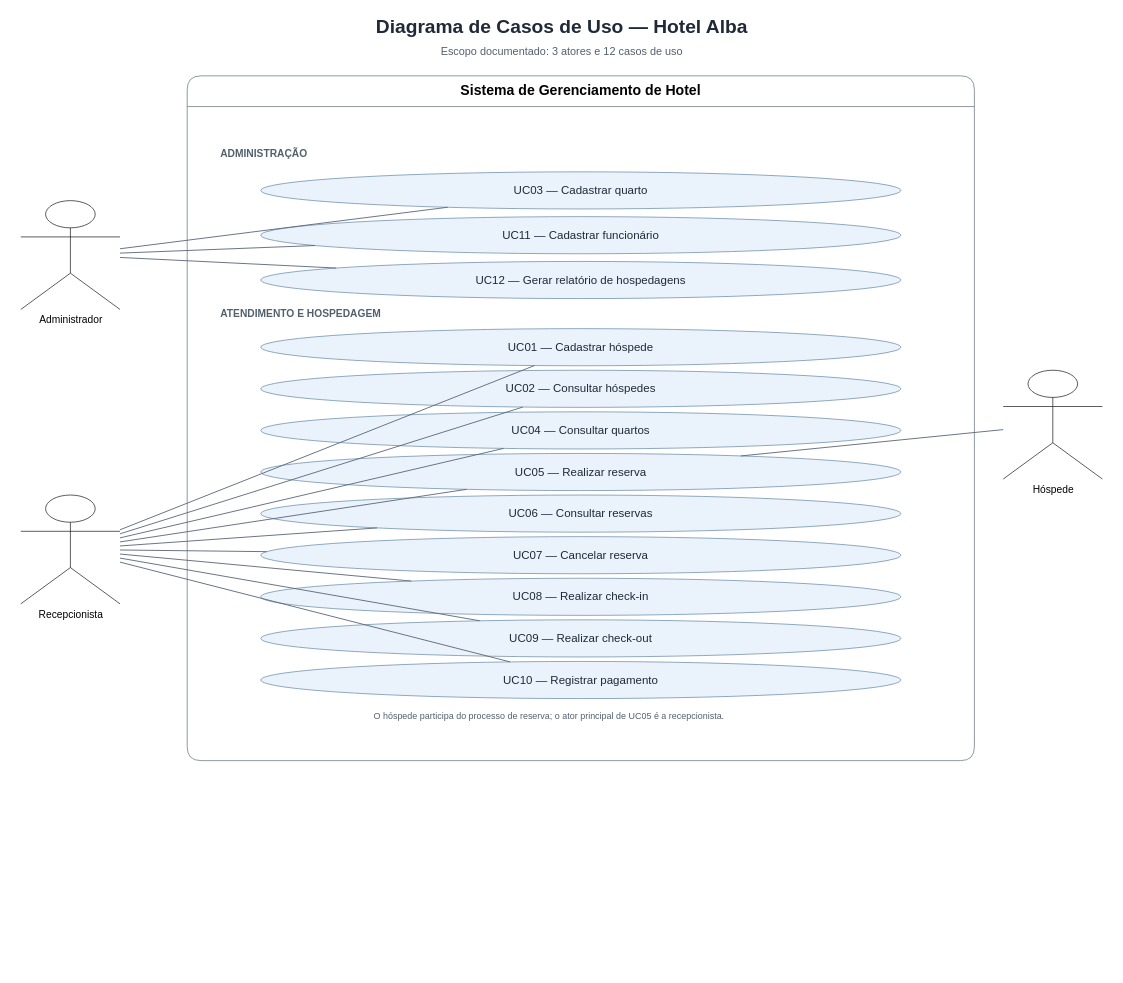
The draw.io diagram projeto kvfv/sistema-hotel-semana1/docs/diagrama-de-casos-de-uso.drawio in victus-sys/Projeto-KVFV, before the edit. Source tidied: cells renumbered, new cells numbered last; positions are measured from the earlier drawing's top-left corner, leaving out a move shared by most shapes. Both pictures are drawn from the tidied source at 64%, with x=0, y=0 at pixel (11, 11).
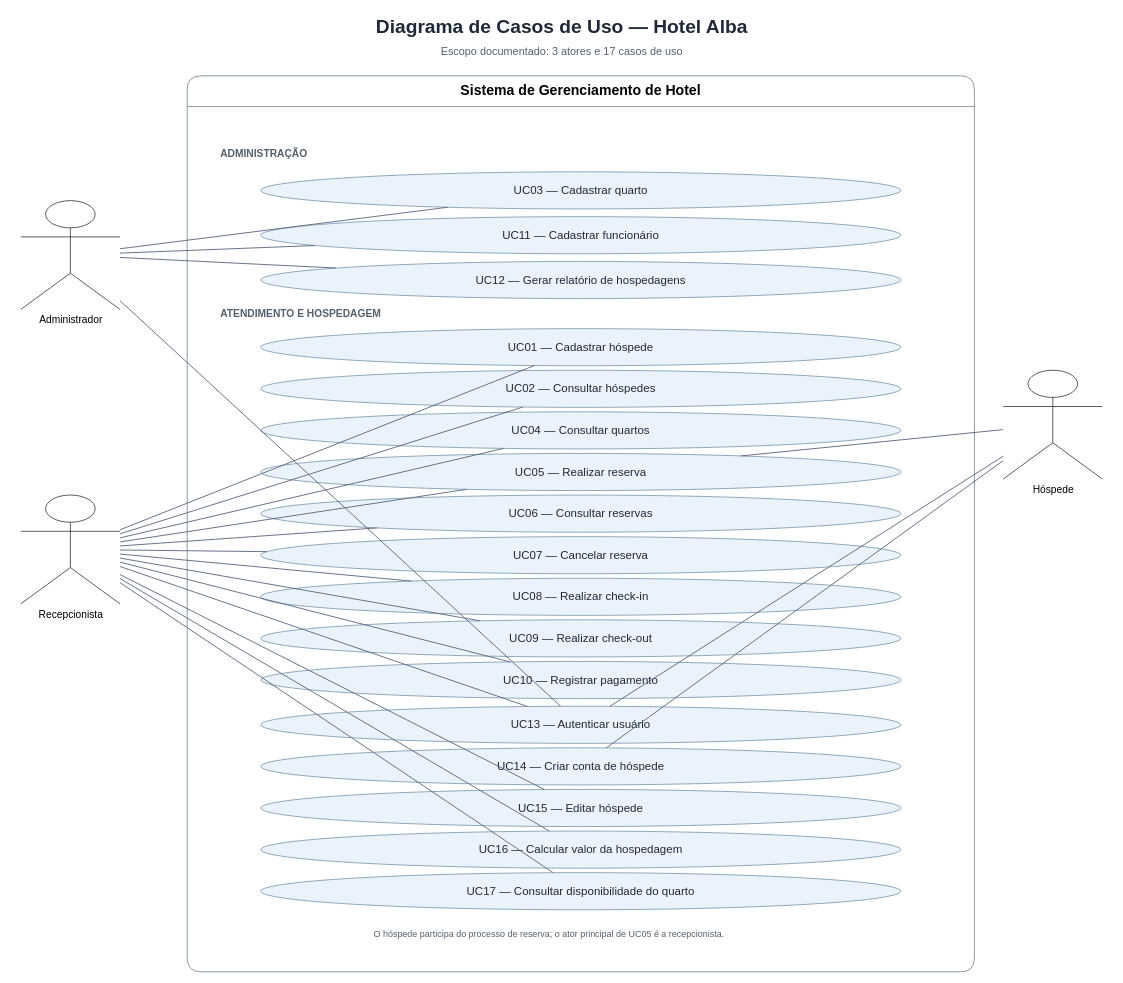
The same diagram, later.

The change refers to these unchanged cells:
```xml
<mxCell id="7" value="Administrador" style="shape=umlActor;verticalLabelPosition=bottom;verticalAlign=top;html=1;outlineConnect=0;fontSize=16;" parent="1" vertex="1">
  <mxGeometry x="15" y="296" width="155" height="170" as="geometry" />
</mxCell>
<mxCell id="8" value="Recepcionista" style="shape=umlActor;verticalLabelPosition=bottom;verticalAlign=top;html=1;outlineConnect=0;fontSize=16;" parent="1" vertex="1">
  <mxGeometry x="15" y="756" width="155" height="170" as="geometry" />
</mxCell>
<mxCell id="9" value="Hóspede" style="shape=umlActor;verticalLabelPosition=bottom;verticalAlign=top;html=1;outlineConnect=0;fontSize=16;" parent="1" vertex="1">
  <mxGeometry x="1550" y="561" width="155" height="170" as="geometry" />
</mxCell>
```

Diff of the diagram source:
```diff
@@
     <mxCell id="2" value="Sistema de Gerenciamento de Hotel" style="swimlane;startSize=48;rounded=1;html=1;whiteSpace=wrap;fillColor=#ffffff;strokeColor=#52606d;fontSize=22;fontStyle=1;" parent="1" vertex="1">
-      <mxGeometry x="275" y="101" width="1230" height="1070" as="geometry" />
+      <mxGeometry x="275" y="101" width="1230" height="1400" as="geometry" />
     </mxCell>
@@
-    <mxCell id="4" value="Escopo documentado: 3 atores e 12 casos de uso" style="text;html=1;align=center;verticalAlign=middle;fontSize=17;fontColor=#52606d;" parent="1" vertex="1">
+    <mxCell id="4" value="Escopo documentado: 3 atores e 17 casos de uso" style="text;html=1;align=center;verticalAlign=middle;fontSize=17;fontColor=#52606d;" parent="1" vertex="1">
       <mxGeometry y="48" width="1720" height="32" as="geometry" />
     </mxCell>
@@
+    <mxCell id="36" value="UC13 — Autenticar usuário" style="ellipse;whiteSpace=wrap;html=1;fillColor=#eaf3fb;strokeColor=#547b9c;fontSize=18;fontColor=#1f2937;" parent="1" vertex="1">
+      <mxGeometry x="390" y="1086" width="1000" height="58" as="geometry" />
+    </mxCell>
+    <mxCell id="37" value="UC14 — Criar conta de hóspede" style="ellipse;whiteSpace=wrap;html=1;fillColor=#eaf3fb;strokeColor=#547b9c;fontSize=18;fontColor=#1f2937;" parent="1" vertex="1">
+      <mxGeometry x="390" y="1151" width="1000" height="58" as="geometry" />
+    </mxCell>
+    <mxCell id="38" value="UC15 — Editar hóspede" style="ellipse;whiteSpace=wrap;html=1;fillColor=#eaf3fb;strokeColor=#547b9c;fontSize=18;fontColor=#1f2937;" parent="1" vertex="1">
+      <mxGeometry x="390" y="1216" width="1000" height="58" as="geometry" />
+    </mxCell>
+    <mxCell id="39" value="UC16 — Calcular valor da hospedagem" style="ellipse;whiteSpace=wrap;html=1;fillColor=#eaf3fb;strokeColor=#547b9c;fontSize=18;fontColor=#1f2937;" parent="1" vertex="1">
+      <mxGeometry x="390" y="1281" width="1000" height="58" as="geometry" />
+    </mxCell>
+    <mxCell id="40" value="UC17 — Consultar disponibilidade do quarto" style="ellipse;whiteSpace=wrap;html=1;fillColor=#eaf3fb;strokeColor=#547b9c;fontSize=18;fontColor=#1f2937;" parent="1" vertex="1">
+      <mxGeometry x="390" y="1346" width="1000" height="58" as="geometry" />
+    </mxCell>
     <mxCell id="22" value="O hóspede participa do processo de reserva; o ator principal de UC05 é a recepcionista." style="text;html=1;align=center;verticalAlign=middle;fontSize=14;fontColor=#52606d;" parent="1" vertex="1">
-      <mxGeometry x="325" y="1086" width="1030" height="32" as="geometry" />
+      <mxGeometry x="325" y="1426" width="1030" height="32" as="geometry" />
     </mxCell>
@@
+    <mxCell id="41" style="edgeStyle=none;html=1;rounded=0;endArrow=none;strokeColor=#596579;strokeWidth=1.4;" parent="1" edge="1" source="7" target="36">
+      <mxGeometry relative="1" as="geometry" />
+    </mxCell>
+    <mxCell id="42" style="edgeStyle=none;html=1;rounded=0;endArrow=none;strokeColor=#596579;strokeWidth=1.4;" parent="1" edge="1" source="8" target="36">
+      <mxGeometry relative="1" as="geometry" />
+    </mxCell>
+    <mxCell id="43" style="edgeStyle=none;html=1;rounded=0;endArrow=none;strokeColor=#596579;strokeWidth=1.4;" parent="1" edge="1" source="9" target="36">
+      <mxGeometry relative="1" as="geometry" />
+    </mxCell>
+    <mxCell id="44" style="edgeStyle=none;html=1;rounded=0;endArrow=none;strokeColor=#596579;strokeWidth=1.4;" parent="1" edge="1" source="9" target="37">
+      <mxGeometry relative="1" as="geometry" />
+    </mxCell>
+    <mxCell id="45" style="edgeStyle=none;html=1;rounded=0;endArrow=none;strokeColor=#596579;strokeWidth=1.4;" parent="1" edge="1" source="8" target="38">
+      <mxGeometry relative="1" as="geometry" />
+    </mxCell>
+    <mxCell id="46" style="edgeStyle=none;html=1;rounded=0;endArrow=none;strokeColor=#596579;strokeWidth=1.4;" parent="1" edge="1" source="8" target="39">
+      <mxGeometry relative="1" as="geometry" />
+    </mxCell>
+    <mxCell id="47" style="edgeStyle=none;html=1;rounded=0;endArrow=none;strokeColor=#596579;strokeWidth=1.4;" parent="1" edge="1" source="8" target="40">
+      <mxGeometry relative="1" as="geometry" />
+    </mxCell>
```
